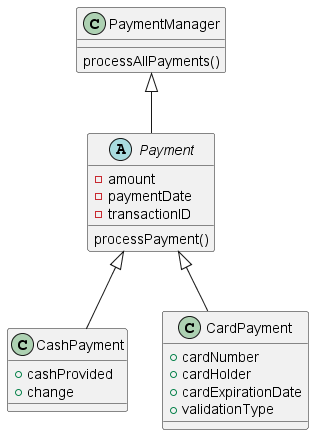
Above: module 5/module_5.png in kirillrumyantsev-hub/uml-diagrams (PlantUML), before the change. Source of this version:
```plantuml
@startuml
class PaymentManager {
    processAllPayments()
}

abstract Payment {
  - amount
  - paymentDate
  - transactionID
  processPayment()
}

class CashPayment {
  + cashProvided
  + change
}

class CardPayment {
  + cardNumber
  + cardHolder
  + cardExpirationDate
  + validationType
}

PaymentManager <|-- Payment
Payment <|-- CashPayment
Payment <|-- CardPayment

@enduml
```
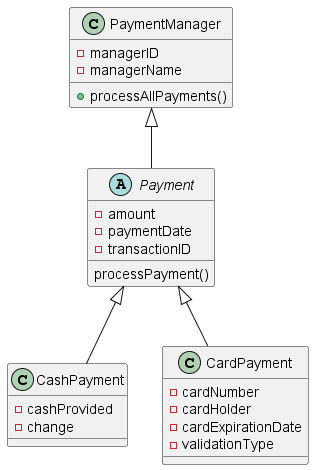
After the commit.

What changed in the source:
```diff
@@ -1,6 +1,8 @@
 @startuml
 class PaymentManager {
-    processAllPayments()
+  - managerID
+  - managerName
+  + processAllPayments()
 }
 
 abstract Payment {
@@ -11,15 +13,15 @@
 }
 
 class CashPayment {
-  + cashProvided
-  + change
+  - cashProvided
+  - change
 }
 
 class CardPayment {
-  + cardNumber
-  + cardHolder
-  + cardExpirationDate
-  + validationType
+  - cardNumber
+  - cardHolder
+  - cardExpirationDate
+  - validationType
 }
 
 PaymentManager <|-- Payment
```
